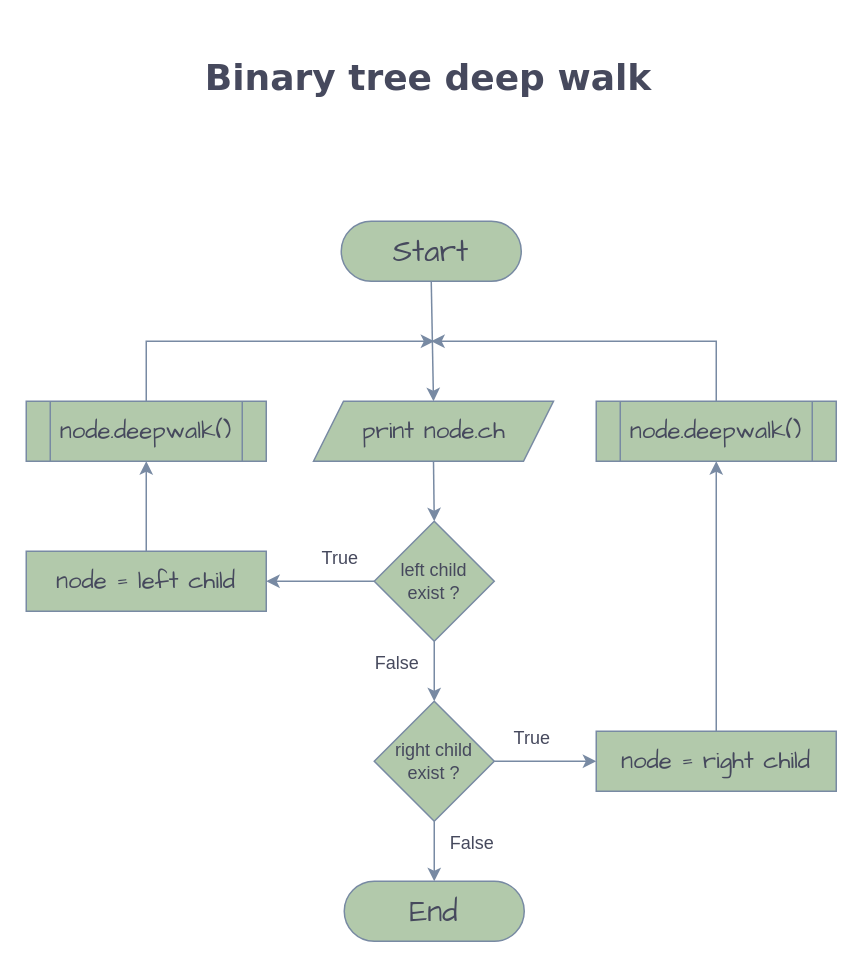
SichniyAndriy/Avada_Task-8_Algorithms keeps this draw.io diagram as src/main/java/ch_02/deep_walk.drawio. Above is the earlier version. Source tidied: cells renumbered, new cells numbered last; positions are measured from the earlier drawing's top-left corner, leaving out a move shared by most shapes. Both pictures are drawn from the tidied source at 150%, with x=0, y=0 at pixel (26, 26).
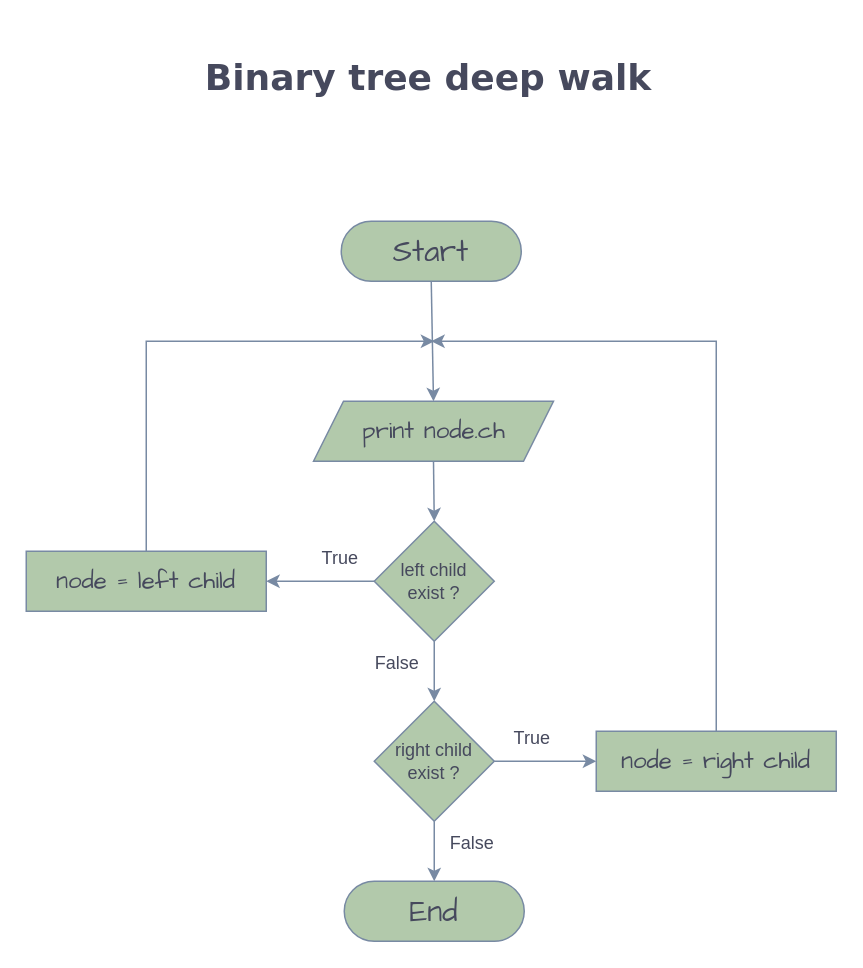
After the change.

Commit message (it also covers changes not shown here):
add lombok dependency and diagram fixes

The change refers to these unchanged cells:
```xml
<mxCell id="17" value="&lt;font style=&quot;font-size: 16px;&quot;&gt;node = left child&lt;/font&gt;" style="rounded=0;whiteSpace=wrap;html=1;strokeColor=#788AA3;fontColor=#46495D;fillColor=#B2C9AB;fontSize=16;fontFamily=Comic Sans MS;" parent="1" vertex="1">
  <mxGeometry y="350" width="160" height="40" as="geometry" />
</mxCell>
<mxCell id="18" value="&lt;font style=&quot;font-size: 16px;&quot;&gt;node = right child&lt;/font&gt;" style="rounded=0;whiteSpace=wrap;html=1;strokeColor=#788AA3;fontColor=#46495D;fillColor=#B2C9AB;fontSize=16;fontFamily=Comic Sans MS;" parent="1" vertex="1">
  <mxGeometry x="380" y="470" width="160" height="40" as="geometry" />
</mxCell>
```

What changed in the source:
```diff
@@
-    <mxCell id="3" value="node.deepwalk()" style="shape=process;whiteSpace=wrap;html=1;backgroundOutline=1;strokeColor=#788AA3;fontColor=#46495D;fillColor=#B2C9AB;fontSize=16;fontFamily=Comic Sans MS;" parent="1" vertex="1">
-      <mxGeometry y="250" width="160" height="40" as="geometry" />
-    </mxCell>
@@
-    <mxCell id="21" value="node.deepwalk()" style="shape=process;whiteSpace=wrap;html=1;backgroundOutline=1;strokeColor=#788AA3;fontColor=#46495D;fillColor=#B2C9AB;fontSize=16;fontFamily=Comic Sans MS;" parent="1" vertex="1">
-      <mxGeometry x="380" y="250" width="160" height="40" as="geometry" />
-    </mxCell>
-    <mxCell id="22" style="endArrow=classic;html=1;rounded=0;strokeColor=#788AA3;fontColor=#46495D;fillColor=#B2C9AB;exitX=0.5;exitY=0;exitDx=0;exitDy=0;" parent="1" edge="1" source="3">
+    <mxCell id="22" style="endArrow=classic;html=1;rounded=0;strokeColor=#788AA3;fontColor=#46495D;fillColor=#B2C9AB;" parent="1" edge="1" source="17">
       <mxGeometry relative="1" as="geometry">
         <mxPoint x="272" y="210" as="targetPoint" />
         <Array as="points">
           <mxPoint x="80" y="210" />
         </Array>
       </mxGeometry>
     </mxCell>
-    <mxCell id="23" style="endArrow=classic;html=1;rounded=0;strokeColor=#788AA3;fontColor=#46495D;fillColor=#B2C9AB;exitX=0.5;exitY=0;exitDx=0;exitDy=0;" parent="1" edge="1" source="21">
+    <mxCell id="23" style="endArrow=classic;html=1;rounded=0;strokeColor=#788AA3;fontColor=#46495D;fillColor=#B2C9AB;exitX=0.5;exitY=0;exitDx=0;exitDy=0;" parent="1" edge="1" source="18">
       <mxGeometry relative="1" as="geometry">
         <mxPoint x="270" y="210" as="targetPoint" />
         <Array as="points">
           <mxPoint x="460" y="210" />
         </Array>
       </mxGeometry>
     </mxCell>
-    <mxCell id="24" style="endArrow=classic;html=1;rounded=0;strokeColor=#788AA3;fontColor=#46495D;fillColor=#B2C9AB;exitX=0.5;exitY=0;exitDx=0;exitDy=0;entryX=0.5;entryY=1;entryDx=0;entryDy=0;" parent="1" edge="1" source="17" target="3">
-      <mxGeometry relative="1" as="geometry" />
-    </mxCell>
-    <mxCell id="25" style="endArrow=classic;html=1;rounded=0;strokeColor=#788AA3;fontColor=#46495D;fillColor=#B2C9AB;exitX=0.5;exitY=0;exitDx=0;exitDy=0;entryX=0.5;entryY=1;entryDx=0;entryDy=0;" parent="1" edge="1" source="18" target="21">
-      <mxGeometry relative="1" as="geometry" />
-    </mxCell>
```
